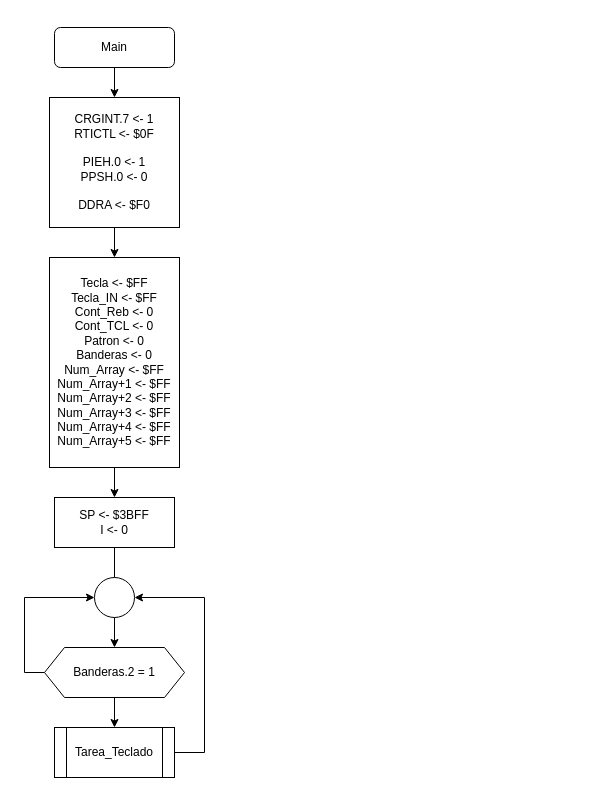
robz25/Microprocesadores keeps this draw.io diagram as Tarea 4/ProgramaPrincipall.drawio. Above is the earlier version. Source tidied: cells renumbered, new cells numbered last; positions are measured from the earlier drawing's top-left corner, leaving out a move shared by most shapes. Both pictures are drawn from the tidied source at 100%, with x=0, y=0 at pixel (24, 27).
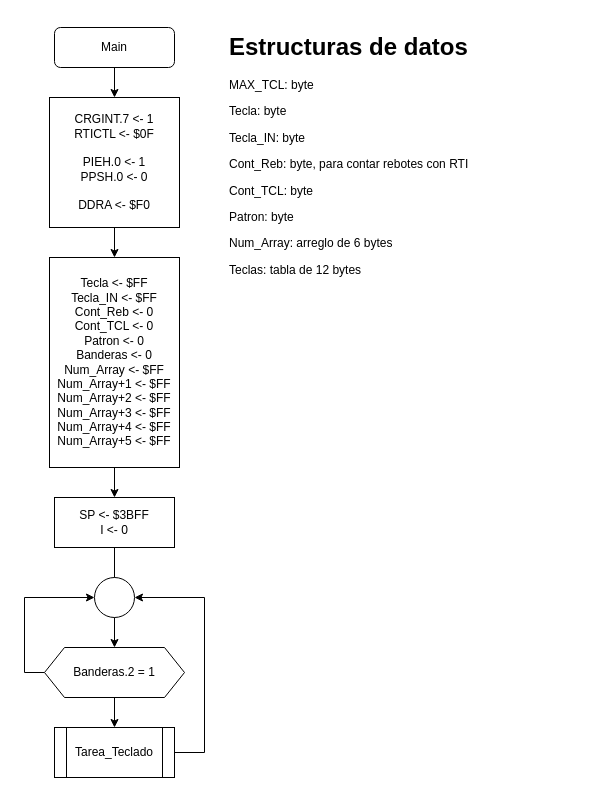
The same page after the edit.

Diff of the diagram source:
```diff
@@
+    <mxCell id="16" value="&lt;h1&gt;Estructuras de datos&lt;br&gt;&lt;/h1&gt;&lt;p&gt;MAX_TCL: byte&lt;/p&gt;&lt;p&gt;Tecla: byte&lt;/p&gt;&lt;p&gt;Tecla_IN: byte&lt;/p&gt;&lt;p&gt;Cont_Reb: byte, para contar rebotes con RTI&lt;/p&gt;&lt;p&gt;Cont_TCL: byte&lt;/p&gt;&lt;p&gt;Patron: byte &lt;br&gt;&lt;/p&gt;&lt;p&gt;Num_Array: arreglo de 6 bytes&lt;/p&gt;&lt;p&gt;Teclas: tabla de 12 bytes&lt;br&gt;&lt;/p&gt;" style="text;html=1;strokeColor=none;fillColor=none;spacing=5;spacingTop=-20;whiteSpace=wrap;overflow=hidden;rounded=0;" parent="1" vertex="1">
+      <mxGeometry x="200" width="350" height="260" as="geometry" />
+    </mxCell>
```
